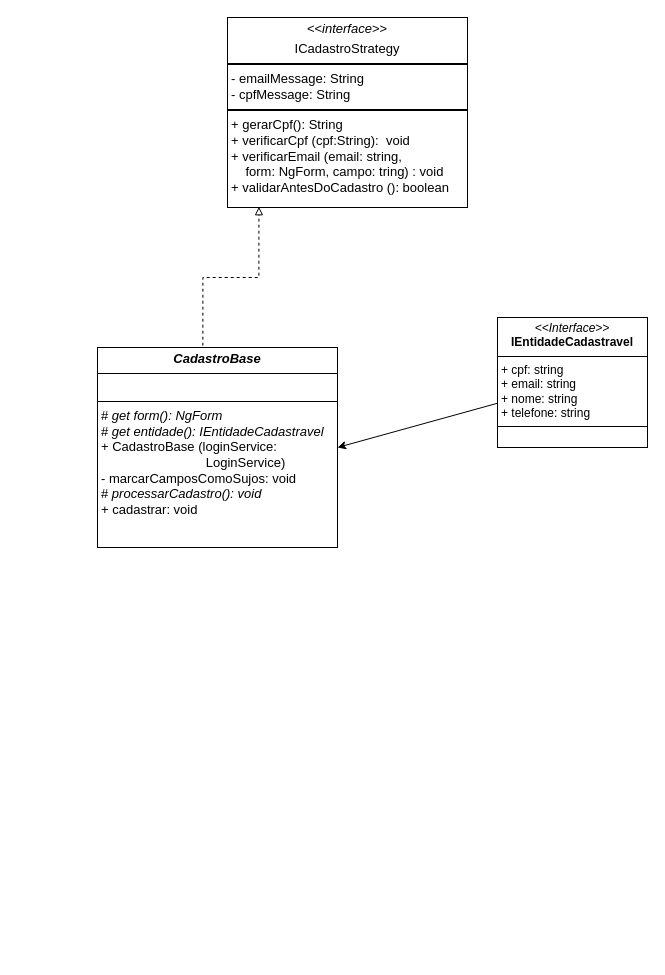
This is cliente-cadastro.drawio from alejandrolafuente/SistemaBanco, a draw.io file, before an edit. Source tidied: cells renumbered, new cells numbered last; positions are measured from the earlier drawing's top-left corner, leaving out a move shared by most shapes. Both pictures are drawn from the tidied source at 100%, with x=0, y=0 at pixel (97, 17).
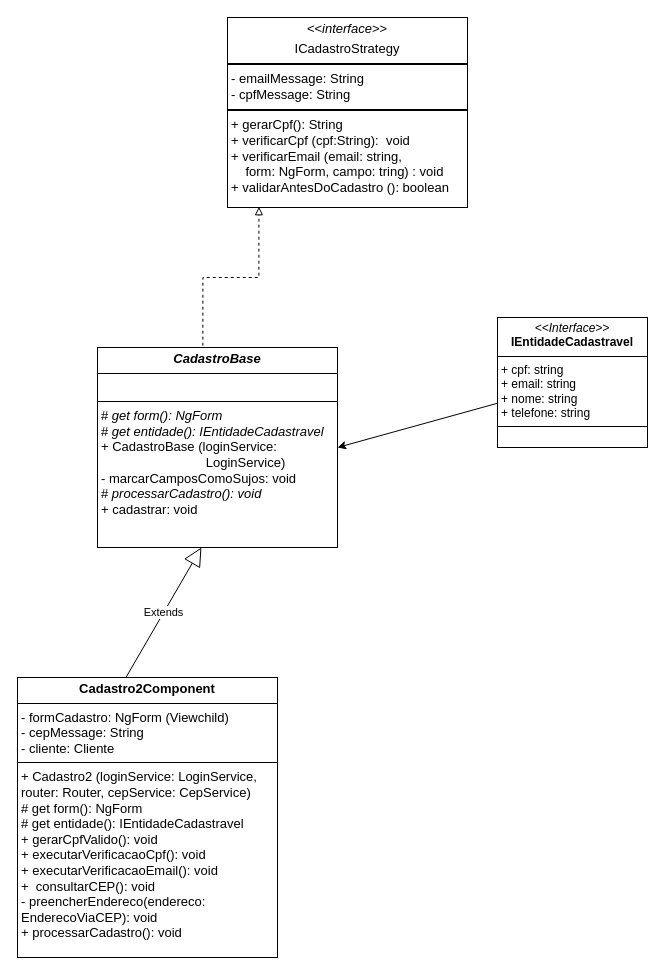
Above is the later version.

The edit, as a diff of the source:
```diff
@@
 <mxGraphModel>
   <root>
     <mxCell id="0" />
     <mxCell id="1" parent="0" />
     <mxCell id="2" value="&lt;p style=&quot;margin:0px;margin-top:4px;text-align:center;&quot;&gt;&amp;lt;&amp;lt;&lt;i&gt;interface&lt;/i&gt;&amp;gt;&amp;gt;&lt;/p&gt;&lt;p style=&quot;margin:0px;margin-top:4px;text-align:center;&quot;&gt;ICadastroStrategy&lt;/p&gt;&lt;hr style=&quot;border-style:solid;&quot;&gt;&lt;p style=&quot;margin:0px;margin-left:4px;&quot;&gt;- emailMessage: String&lt;/p&gt;&lt;p style=&quot;margin:0px;margin-left:4px;&quot;&gt;- cpfMessage: String&lt;/p&gt;&lt;hr style=&quot;border-style:solid;&quot;&gt;&lt;p style=&quot;margin:0px;margin-left:4px;&quot;&gt;+ gerarCpf(): String&lt;/p&gt;&lt;p style=&quot;margin:0px;margin-left:4px;&quot;&gt;+ verificarCpf (cpf:String):&amp;nbsp; void&lt;/p&gt;&lt;p style=&quot;margin:0px;margin-left:4px;&quot;&gt;+ verificarEmail (email: string,&lt;/p&gt;&lt;p style=&quot;margin:0px;margin-left:4px;&quot;&gt;&amp;nbsp; &amp;nbsp; form: NgForm, campo: tring)&amp;nbsp;&lt;span style=&quot;background-color: transparent;&quot;&gt;: void&lt;/span&gt;&lt;/p&gt;&lt;p style=&quot;margin:0px;margin-left:4px;&quot;&gt;+ validarAntesDoCadastro (): boolean&lt;/p&gt;" style="verticalAlign=top;align=left;overflow=fill;html=1;whiteSpace=wrap;fontSize=13;" parent="1" vertex="1">
       <mxGeometry x="130" width="240" height="190" as="geometry" />
     </mxCell>
     <mxCell id="3" style="html=1;labelBackgroundColor=#ffffff;jettySize=auto;fontSize=14;rounded=0;jumpStyle=gap;edgeStyle=orthogonalEdgeStyle;startArrow=none;endArrow=block;endFill=0;dashed=1;strokeWidth=1;exitX=0.439;exitY=0.021;exitDx=0;exitDy=0;exitPerimeter=0;entryX=0.131;entryY=0.996;entryDx=0;entryDy=0;entryPerimeter=0;" parent="1" edge="1" source="4" target="2">
       <mxGeometry relative="1" as="geometry" />
     </mxCell>
     <mxCell id="4" value="&lt;p style=&quot;margin:0px;margin-top:4px;text-align:center;&quot;&gt;&lt;b&gt;&lt;i&gt;&lt;font style=&quot;color: light-dark(rgb(0, 0, 0), rgb(192, 192, 192)); font-size: 13px;&quot;&gt;CadastroBase&lt;/font&gt;&lt;/i&gt;&lt;/b&gt;&lt;/p&gt;&lt;hr size=&quot;1&quot; style=&quot;border-style:solid;&quot;&gt;&lt;p style=&quot;margin:0px;margin-left:4px;&quot;&gt;&lt;font style=&quot;color: light-dark(rgb(0, 0, 0), rgb(192, 192, 192)); font-size: 13px;&quot;&gt;&lt;br&gt;&lt;/font&gt;&lt;/p&gt;&lt;hr size=&quot;1&quot; style=&quot;border-style:solid;&quot;&gt;&lt;p style=&quot;margin:0px;margin-left:4px;&quot;&gt;&lt;font style=&quot;color: light-dark(rgb(0, 0, 0), rgb(192, 192, 192)); font-size: 13px;&quot;&gt;# &lt;i&gt;get form(): NgForm&lt;/i&gt;&lt;/font&gt;&lt;/p&gt;&lt;p style=&quot;margin:0px;margin-left:4px;&quot;&gt;&lt;span&gt;&lt;font style=&quot;color: light-dark(rgb(0, 0, 0), rgb(192, 192, 192)); font-size: 13px;&quot;&gt;# &lt;i&gt;get entidade(): IEntidadeCadastravel&lt;/i&gt;&lt;/font&gt;&lt;/span&gt;&lt;/p&gt;&lt;p style=&quot;margin:0px;margin-left:4px;&quot;&gt;&lt;span&gt;&lt;font style=&quot;color: light-dark(rgb(0, 0, 0), rgb(192, 192, 192)); font-size: 13px;&quot;&gt;+ CadastroBase (loginService:&amp;nbsp;&lt;/font&gt;&lt;/span&gt;&lt;/p&gt;&lt;p style=&quot;margin:0px;margin-left:4px;&quot;&gt;&lt;span&gt;&lt;font style=&quot;color: light-dark(rgb(0, 0, 0), rgb(192, 192, 192)); font-size: 13px;&quot;&gt;&lt;span style=&quot;white-space: pre;&quot;&gt;&#9;&lt;/span&gt;&lt;span style=&quot;white-space: pre;&quot;&gt;&#9;&lt;/span&gt;&lt;span style=&quot;white-space: pre;&quot;&gt;&#9;&lt;/span&gt;&amp;nbsp; &amp;nbsp; &amp;nbsp;LoginService)&lt;/font&gt;&lt;/span&gt;&lt;/p&gt;&lt;p style=&quot;margin:0px;margin-left:4px;&quot;&gt;&lt;span&gt;&lt;font style=&quot;color: light-dark(rgb(0, 0, 0), rgb(192, 192, 192)); font-size: 13px;&quot;&gt;- marcarCamposComoSujos: void&lt;/font&gt;&lt;/span&gt;&lt;/p&gt;&lt;p style=&quot;margin:0px;margin-left:4px;&quot;&gt;&lt;font style=&quot;color: light-dark(rgb(0, 0, 0), rgb(192, 192, 192)); font-size: 13px;&quot;&gt;&lt;font style=&quot;&quot;&gt;#&lt;/font&gt;&lt;i style=&quot;&quot;&gt;&lt;font style=&quot;&quot;&gt; processarCadastro(): void&lt;/font&gt;&lt;/i&gt;&lt;/font&gt;&lt;/p&gt;&lt;p style=&quot;margin:0px;margin-left:4px;&quot;&gt;&lt;font style=&quot;color: light-dark(rgb(0, 0, 0), rgb(192, 192, 192)); font-size: 13px;&quot;&gt;+ cadastrar: void&lt;/font&gt;&lt;/p&gt;" style="verticalAlign=top;align=left;overflow=fill;html=1;whiteSpace=wrap;" parent="1" vertex="1">
       <mxGeometry y="330" width="240" height="200" as="geometry" />
     </mxCell>
     <mxCell id="5" style="edgeStyle=none;html=1;entryX=1;entryY=0.5;entryDx=0;entryDy=0;" parent="1" edge="1" source="6" target="4">
       <mxGeometry relative="1" as="geometry" />
     </mxCell>
     <mxCell id="6" value="&lt;p style=&quot;margin:0px;margin-top:4px;text-align:center;&quot;&gt;&lt;i&gt;&amp;lt;&amp;lt;Interface&amp;gt;&amp;gt;&lt;/i&gt;&lt;br&gt;&lt;b&gt;IEntidadeCadastravel&lt;/b&gt;&lt;/p&gt;&lt;hr size=&quot;1&quot; style=&quot;border-style:solid;&quot;&gt;&lt;p style=&quot;margin:0px;margin-left:4px;&quot;&gt;+ cpf: string&lt;br&gt;+ email: string&lt;/p&gt;&lt;p style=&quot;margin:0px;margin-left:4px;&quot;&gt;+ nome: string&lt;/p&gt;&lt;p style=&quot;margin:0px;margin-left:4px;&quot;&gt;+ telefone: string&lt;/p&gt;&lt;hr size=&quot;1&quot; style=&quot;border-style:solid;&quot;&gt;&lt;p style=&quot;margin:0px;margin-left:4px;&quot;&gt;&lt;br&gt;&lt;/p&gt;" style="verticalAlign=top;align=left;overflow=fill;html=1;whiteSpace=wrap;" parent="1" vertex="1">
       <mxGeometry x="400" y="300" width="150" height="130" as="geometry" />
     </mxCell>
+    <mxCell id="7" value="&lt;p style=&quot;margin:0px;margin-top:4px;text-align:center;&quot;&gt;&lt;b&gt;&lt;font style=&quot;font-size: 13px; background-color: light-dark(#ffffff, var(--ge-dark-color, #121212)); color: light-dark(rgb(0, 0, 0), rgb(192, 192, 192));&quot;&gt;Cadastro2Component&lt;/font&gt;&lt;/b&gt;&lt;/p&gt;&lt;hr size=&quot;1&quot; style=&quot;border-style:solid;&quot;&gt;&lt;p style=&quot;margin:0px;margin-left:4px;&quot;&gt;&lt;font style=&quot;font-size: 13px; background-color: light-dark(#ffffff, var(--ge-dark-color, #121212)); color: light-dark(rgb(0, 0, 0), rgb(192, 192, 192));&quot;&gt;- formCadastro: NgForm (Viewchild)&lt;/font&gt;&lt;/p&gt;&lt;p style=&quot;margin:0px;margin-left:4px;&quot;&gt;&lt;font style=&quot;font-size: 13px; background-color: light-dark(#ffffff, var(--ge-dark-color, #121212)); color: light-dark(rgb(0, 0, 0), rgb(192, 192, 192));&quot;&gt;- cepMessage: String&lt;/font&gt;&lt;/p&gt;&lt;p style=&quot;margin:0px;margin-left:4px;&quot;&gt;&lt;font style=&quot;font-size: 13px; background-color: light-dark(#ffffff, var(--ge-dark-color, #121212)); color: light-dark(rgb(0, 0, 0), rgb(192, 192, 192));&quot;&gt;- cliente: Cliente&lt;/font&gt;&lt;/p&gt;&lt;hr size=&quot;1&quot; style=&quot;border-style:solid;&quot;&gt;&lt;p style=&quot;margin:0px;margin-left:4px;&quot;&gt;&lt;font style=&quot;font-size: 13px; background-color: light-dark(#ffffff, var(--ge-dark-color, #121212)); color: light-dark(rgb(0, 0, 0), rgb(192, 192, 192));&quot;&gt;+ Cadastro2 (loginService: LoginService,&amp;nbsp; &amp;nbsp; router: Router, cepService: CepService)&lt;/font&gt;&lt;/p&gt;&lt;p style=&quot;margin:0px;margin-left:4px;&quot;&gt;&lt;font style=&quot;font-size: 13px; background-color: light-dark(#ffffff, var(--ge-dark-color, #121212)); color: light-dark(rgb(0, 0, 0), rgb(192, 192, 192));&quot;&gt;# get form(): NgForm&lt;/font&gt;&lt;/p&gt;&lt;p style=&quot;margin:0px;margin-left:4px;&quot;&gt;&lt;font style=&quot;font-size: 13px; background-color: light-dark(#ffffff, var(--ge-dark-color, #121212)); color: light-dark(rgb(0, 0, 0), rgb(192, 192, 192));&quot;&gt;# get entidade(): IEntidadeCadastravel&lt;/font&gt;&lt;/p&gt;&lt;p style=&quot;margin:0px;margin-left:4px;&quot;&gt;&lt;font style=&quot;font-size: 13px; background-color: light-dark(#ffffff, var(--ge-dark-color, #121212)); color: light-dark(rgb(0, 0, 0), rgb(192, 192, 192));&quot;&gt;+ gerarCpfValido(): void&lt;/font&gt;&lt;/p&gt;&lt;p style=&quot;margin:0px;margin-left:4px;&quot;&gt;&lt;font style=&quot;font-size: 13px; background-color: light-dark(#ffffff, var(--ge-dark-color, #121212)); color: light-dark(rgb(0, 0, 0), rgb(192, 192, 192));&quot;&gt;+ executarVerificacaoCpf(): void&lt;/font&gt;&lt;/p&gt;&lt;p style=&quot;margin:0px;margin-left:4px;&quot;&gt;&lt;font style=&quot;font-size: 13px; background-color: light-dark(#ffffff, var(--ge-dark-color, #121212)); color: light-dark(rgb(0, 0, 0), rgb(192, 192, 192));&quot;&gt;+&amp;nbsp;executarVerificacaoEmail(): void&lt;/font&gt;&lt;/p&gt;&lt;p style=&quot;margin:0px;margin-left:4px;&quot;&gt;&lt;font style=&quot;font-size: 13px; background-color: light-dark(#ffffff, var(--ge-dark-color, #121212)); color: light-dark(rgb(0, 0, 0), rgb(192, 192, 192));&quot;&gt;+&amp;nbsp;&amp;nbsp;consultarCEP(): void&lt;/font&gt;&lt;/p&gt;&lt;p style=&quot;margin:0px;margin-left:4px;&quot;&gt;&lt;font style=&quot;font-size: 13px; background-color: light-dark(#ffffff, var(--ge-dark-color, #121212)); color: light-dark(rgb(0, 0, 0), rgb(192, 192, 192));&quot;&gt;-&amp;nbsp;preencherEndereco(endereco: EnderecoViaCEP): void&lt;/font&gt;&lt;/p&gt;&lt;p style=&quot;margin:0px;margin-left:4px;&quot;&gt;&lt;font style=&quot;font-size: 13px; background-color: light-dark(#ffffff, var(--ge-dark-color, #121212)); color: light-dark(rgb(0, 0, 0), rgb(192, 192, 192));&quot;&gt;+&amp;nbsp;processarCadastro(): void&lt;/font&gt;&lt;/p&gt;" style="verticalAlign=top;align=left;overflow=fill;html=1;whiteSpace=wrap;" parent="1" vertex="1">
+      <mxGeometry x="-80" y="660" width="260" height="280" as="geometry" />
+    </mxCell>
+    <mxCell id="8" value="Extends" style="endArrow=block;endSize=16;endFill=0;html=1;entryX=0.433;entryY=1;entryDx=0;entryDy=0;entryPerimeter=0;exitX=0.417;exitY=0;exitDx=0;exitDy=0;exitPerimeter=0;" parent="1" edge="1" source="7" target="4">
+      <mxGeometry relative="1" as="geometry" />
+    </mxCell>
   </root>
 </mxGraphModel>
```
